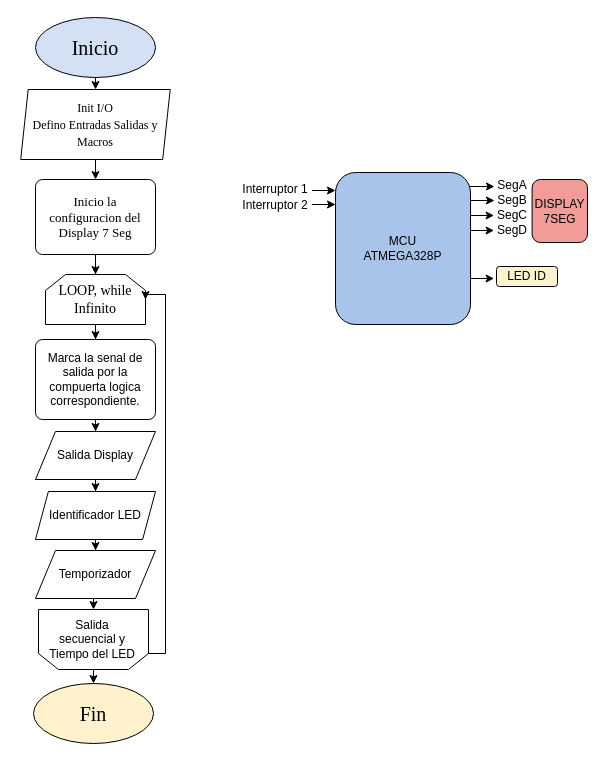
AmbrizPapo/Ambriz-Pablo keeps this draw.io diagram as Untitled Diagram.drawio. Above is the earlier version. Source tidied: cells renumbered, new cells numbered last; positions are measured from the earlier drawing's top-left corner, leaving out a move shared by most shapes. Both pictures are drawn from the tidied source at 100%, with x=0, y=0 at pixel (20, 17).
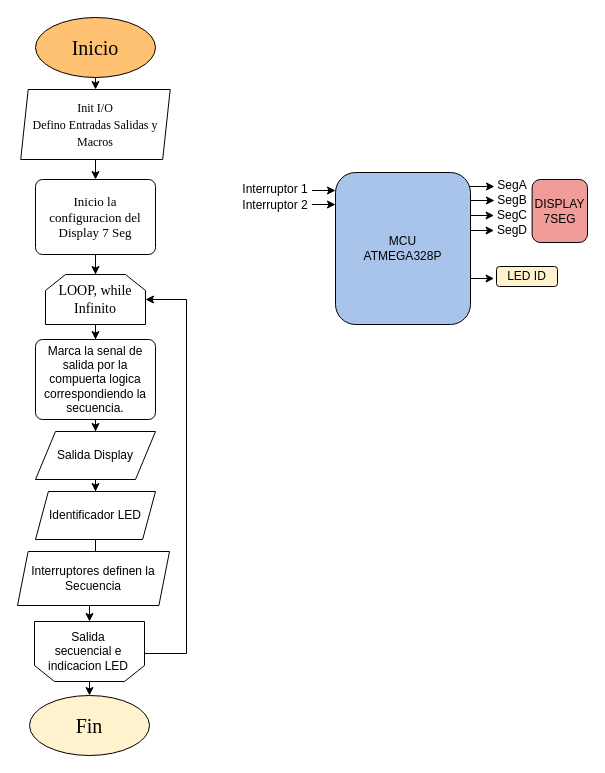
After the change.

The change refers to these unchanged cells:
```xml
<mxCell id="7" value="&lt;div style=&quot;font-size: 14px&quot;&gt;&lt;font style=&quot;font-size: 14px&quot; face=&quot;Times New Roman&quot;&gt;LOOP, while&lt;br&gt;&lt;/font&gt;&lt;/div&gt;&lt;div style=&quot;font-size: 14px&quot;&gt;&lt;font style=&quot;font-size: 14px&quot; face=&quot;Times New Roman&quot;&gt;Infinito&lt;br&gt;&lt;/font&gt;&lt;/div&gt;" style="shape=loopLimit;whiteSpace=wrap;html=1;" parent="1" vertex="1">
  <mxGeometry x="25" y="257" width="100" height="50" as="geometry" />
</mxCell>
```

Diff of the diagram source:
```diff
@@
-    <mxCell id="2" value="&lt;font style=&quot;font-size: 20px&quot; face=&quot;Times New Roman&quot;&gt;Inicio&lt;/font&gt;" style="ellipse;whiteSpace=wrap;html=1;fillColor=#D4E1F5;" parent="1" vertex="1">
+    <mxCell id="2" value="&lt;font style=&quot;font-size: 20px&quot; face=&quot;Times New Roman&quot;&gt;Inicio&lt;/font&gt;" style="ellipse;whiteSpace=wrap;html=1;fillColor=#FFC273;" parent="1" vertex="1">
       <mxGeometry x="15" width="120" height="60" as="geometry" />
     </mxCell>
     <mxCell id="3" value="&lt;font style=&quot;font-size: 20px&quot; face=&quot;Times New Roman&quot;&gt;Fin&lt;/font&gt;" style="ellipse;whiteSpace=wrap;html=1;fillColor=#FFF2CC;" parent="1" vertex="1">
-      <mxGeometry x="13" y="666" width="120" height="60" as="geometry" />
+      <mxGeometry x="9" y="678" width="120" height="60" as="geometry" />
     </mxCell>
@@
-    <mxCell id="9" value="Marca la senal de salida por la compuerta logica correspondiente." style="rounded=1;whiteSpace=wrap;html=1;absoluteArcSize=1;arcSize=14;strokeWidth=1;" parent="1" vertex="1">
+    <mxCell id="9" value="Marca la senal de salida por la compuerta logica correspondiendo la secuencia." style="rounded=1;whiteSpace=wrap;html=1;absoluteArcSize=1;arcSize=14;strokeWidth=1;" parent="1" vertex="1">
       <mxGeometry x="15" y="322" width="120" height="80" as="geometry" />
     </mxCell>
@@
     <mxCell id="14" style="shape=loopLimit;whiteSpace=wrap;html=1;strokeWidth=1;size=20;rotation=-180;" parent="1" vertex="1">
-      <mxGeometry x="18" y="592" width="110" height="60" as="geometry" />
+      <mxGeometry x="14" y="604" width="110" height="60" as="geometry" />
     </mxCell>
     <mxCell id="15" style="edgeStyle=orthogonalEdgeStyle;rounded=0;jettySize=auto;html=1;entryX=1;entryY=0.5;entryDx=0;entryDy=0;exitX=0;exitY=0.583;exitDx=0;exitDy=0;exitPerimeter=0;" parent="1" edge="1" source="14" target="7">
       <mxGeometry relative="1" as="geometry">
         <Array as="points">
-          <mxPoint x="128" y="636" />
-          <mxPoint x="145" y="636" />
-          <mxPoint x="145" y="277" />
+          <mxPoint x="124" y="636" />
+          <mxPoint x="166" y="636" />
+          <mxPoint x="166" y="282" />
         </Array>
       </mxGeometry>
     </mxCell>
-    <mxCell id="16" value="Salida secuencial y Tiempo del LED" style="text;html=1;strokeColor=none;fillColor=none;align=center;verticalAlign=middle;whiteSpace=wrap;rounded=0;" parent="1" vertex="1">
-      <mxGeometry x="26" y="612" width="92" height="19" as="geometry" />
+    <mxCell id="16" value="Salida secuencial e indicacion LED" style="text;html=1;strokeColor=none;fillColor=none;align=center;verticalAlign=middle;whiteSpace=wrap;rounded=0;" parent="1" vertex="1">
+      <mxGeometry x="22" y="624" width="92" height="19" as="geometry" />
     </mxCell>
@@
-    <mxCell id="36" value="Temporizador" style="shape=parallelogram;perimeter=parallelogramPerimeter;whiteSpace=wrap;html=1;fixedSize=1;" parent="1" vertex="1">
-      <mxGeometry x="15" y="533" width="120" height="48" as="geometry" />
+    <mxCell id="36" value="Interruptores definen la Secuencia" style="shape=parallelogram;perimeter=parallelogramPerimeter;whiteSpace=wrap;html=1;fixedSize=1;size=10.620689655172498;" parent="1" vertex="1">
+      <mxGeometry x="-3" y="534" width="152" height="54" as="geometry" />
     </mxCell>
```
